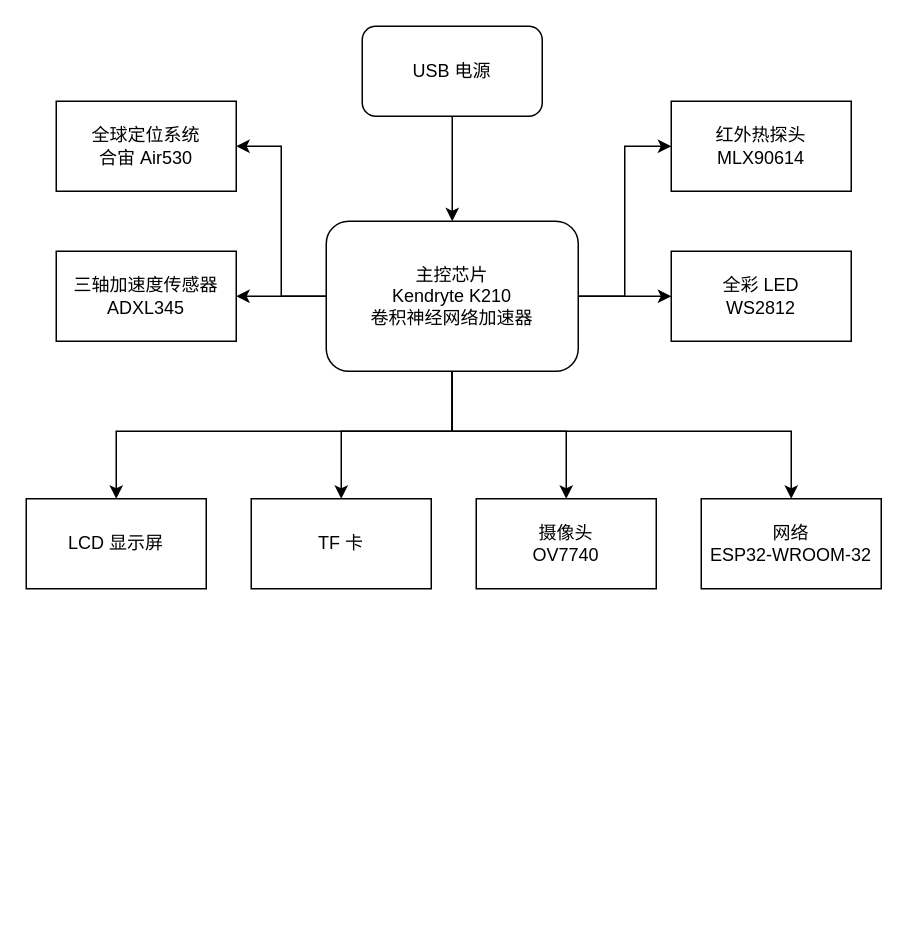
Earlier version of the draw.io diagram HDK/frame.drawio (hxcl/RoadDamageDetector_K210). Source tidied: cells renumbered, new cells numbered last; positions are measured from the earlier drawing's top-left corner, leaving out a move shared by most shapes. Both pictures are drawn from the tidied source at 150%, with x=0, y=0 at pixel (26, 26).
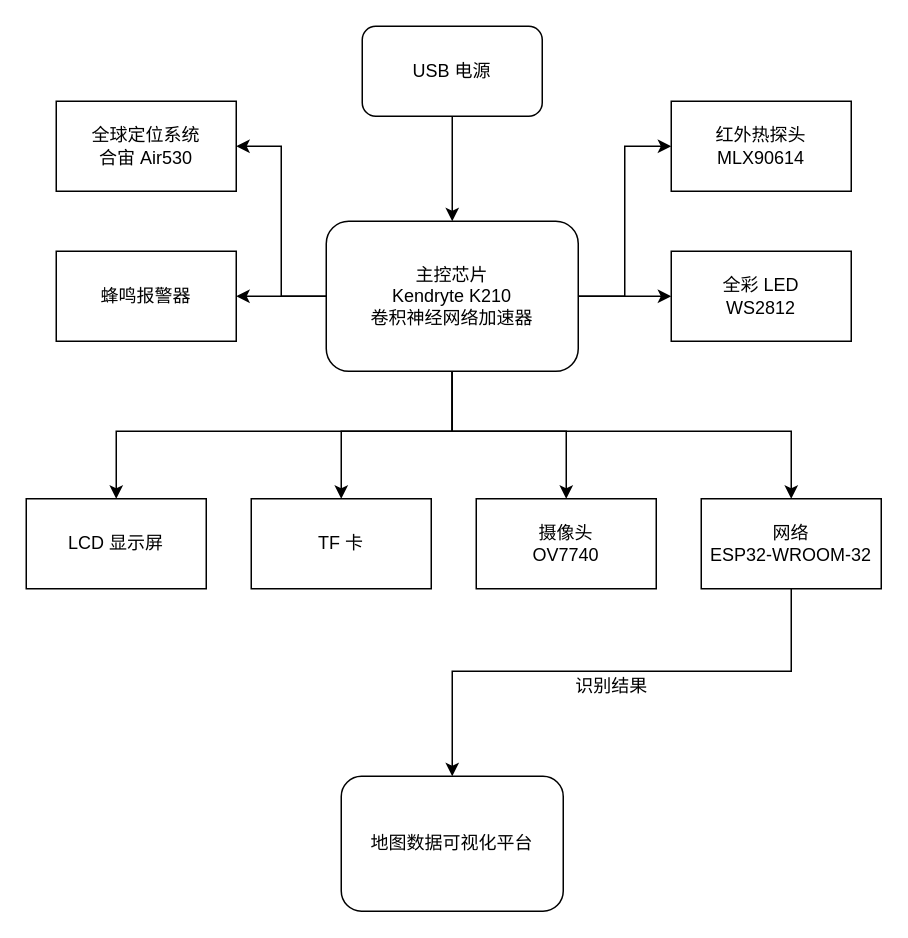
The same diagram, later.

Unchanged cells that the change refers to:
```xml
<mxCell id="16" value="网络&lt;br&gt;ESP32-WROOM-32" style="rounded=0;whiteSpace=wrap;html=1;" parent="1" vertex="1">
  <mxGeometry x="450" y="315" width="120" height="60" as="geometry" />
</mxCell>
```

Change to the diagram source:
```diff
@@
+    <mxCell id="21" style="edgeStyle=orthogonalEdgeStyle;rounded=0;jettySize=auto;html=1;" parent="1" edge="1" source="16" target="22">
+      <mxGeometry relative="1" as="geometry">
+        <Array as="points">
+          <mxPoint x="510" y="430" />
+          <mxPoint x="284" y="430" />
+        </Array>
+      </mxGeometry>
+    </mxCell>
@@
-    <mxCell id="20" value="三轴加速度传感器&lt;br&gt;ADXL345" style="rounded=0;whiteSpace=wrap;html=1;" parent="1" vertex="1">
+    <mxCell id="20" value="蜂鸣报警器" style="rounded=0;whiteSpace=wrap;html=1;" parent="1" vertex="1">
       <mxGeometry x="20" y="150" width="120" height="60" as="geometry" />
     </mxCell>
+    <mxCell id="22" value="地图数据可视化平台" style="rounded=1;whiteSpace=wrap;html=1;" parent="1" vertex="1">
+      <mxGeometry x="210" y="500" width="148" height="90" as="geometry" />
+    </mxCell>
+    <mxCell id="23" value="识别结果" style="text;html=1;align=center;verticalAlign=middle;" parent="1" vertex="1">
+      <mxGeometry x="360" y="430" width="60" height="20" as="geometry" />
+    </mxCell>
```
